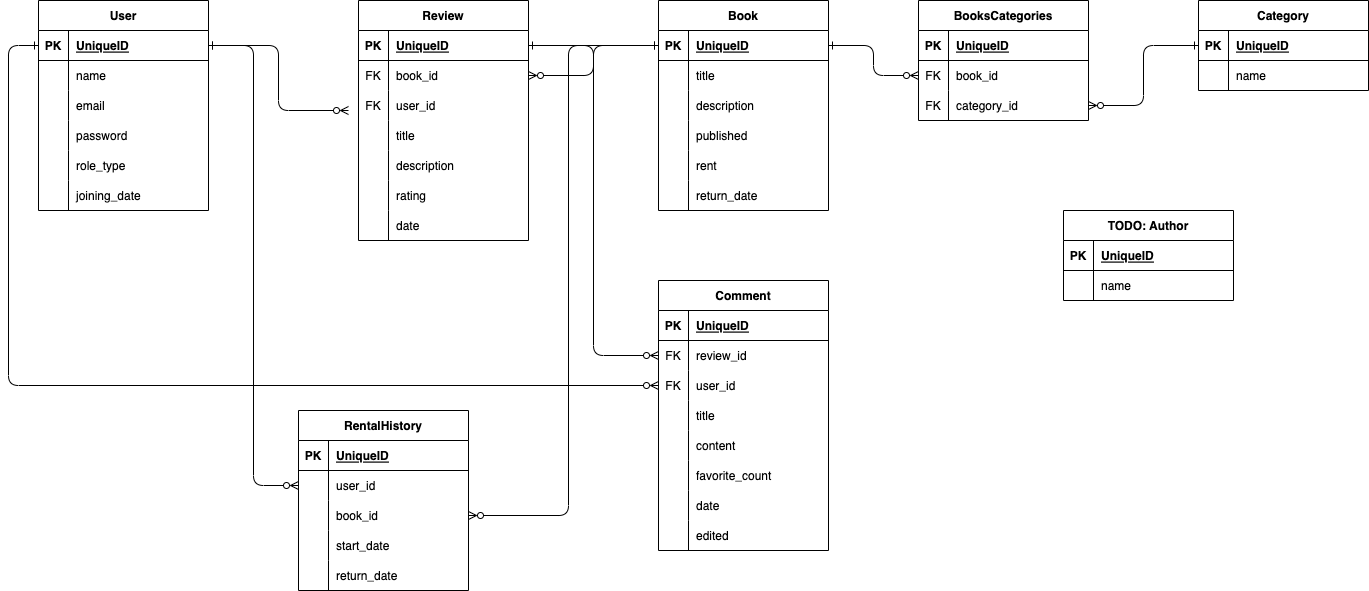
Earlier version of the draw.io export docs/er.drawio.png (kiyotakeshi/library-ruby). Source tidied: cells renumbered, new cells last; positions are measured from the earlier drawing's top-left corner, leaving out a move shared by most shapes.
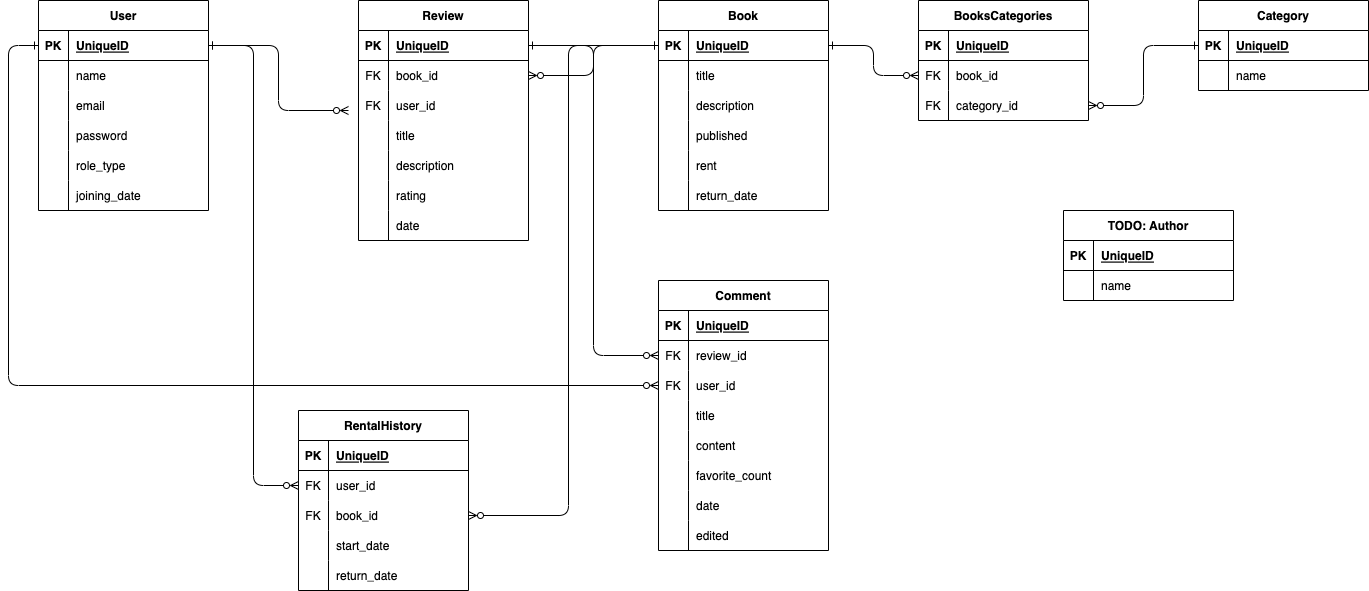
Later version of the same file.

The edit, as a diff of the source:
```diff
@@ -381,7 +381,7 @@
     <mxCell id="122" style="shape=partialRectangle;fillColor=none;top=0;left=0;bottom=0;right=0;points=[[0,0.5],[1,0.5]];portConstraint=eastwest;" parent="118" vertex="1">
       <mxGeometry y="60" width="170" height="30" as="geometry" />
     </mxCell>
-    <mxCell id="123" style="shape=partialRectangle;fillColor=none;top=0;left=0;bottom=0;right=0;overflow=hidden;" parent="122" vertex="1">
+    <mxCell id="123" value="FK" style="shape=partialRectangle;fillColor=none;top=0;left=0;bottom=0;right=0;overflow=hidden;" parent="122" vertex="1">
       <mxGeometry width="30" height="30" as="geometry" />
     </mxCell>
     <mxCell id="124" value="user_id" style="shape=partialRectangle;fillColor=none;top=0;left=0;bottom=0;right=0;align=left;spacingLeft=6;overflow=hidden;" parent="122" vertex="1">
@@ -390,7 +390,7 @@
     <mxCell id="125" style="shape=partialRectangle;fillColor=none;top=0;left=0;bottom=0;right=0;points=[[0,0.5],[1,0.5]];portConstraint=eastwest;" parent="118" vertex="1">
       <mxGeometry y="90" width="170" height="30" as="geometry" />
     </mxCell>
-    <mxCell id="126" style="shape=partialRectangle;fillColor=none;top=0;left=0;bottom=0;right=0;overflow=hidden;" parent="125" vertex="1">
+    <mxCell id="126" value="FK" style="shape=partialRectangle;fillColor=none;top=0;left=0;bottom=0;right=0;overflow=hidden;" parent="125" vertex="1">
       <mxGeometry width="30" height="30" as="geometry" />
     </mxCell>
     <mxCell id="127" value="book_id" style="shape=partialRectangle;fillColor=none;top=0;left=0;bottom=0;right=0;align=left;spacingLeft=6;overflow=hidden;" parent="125" vertex="1">
```
